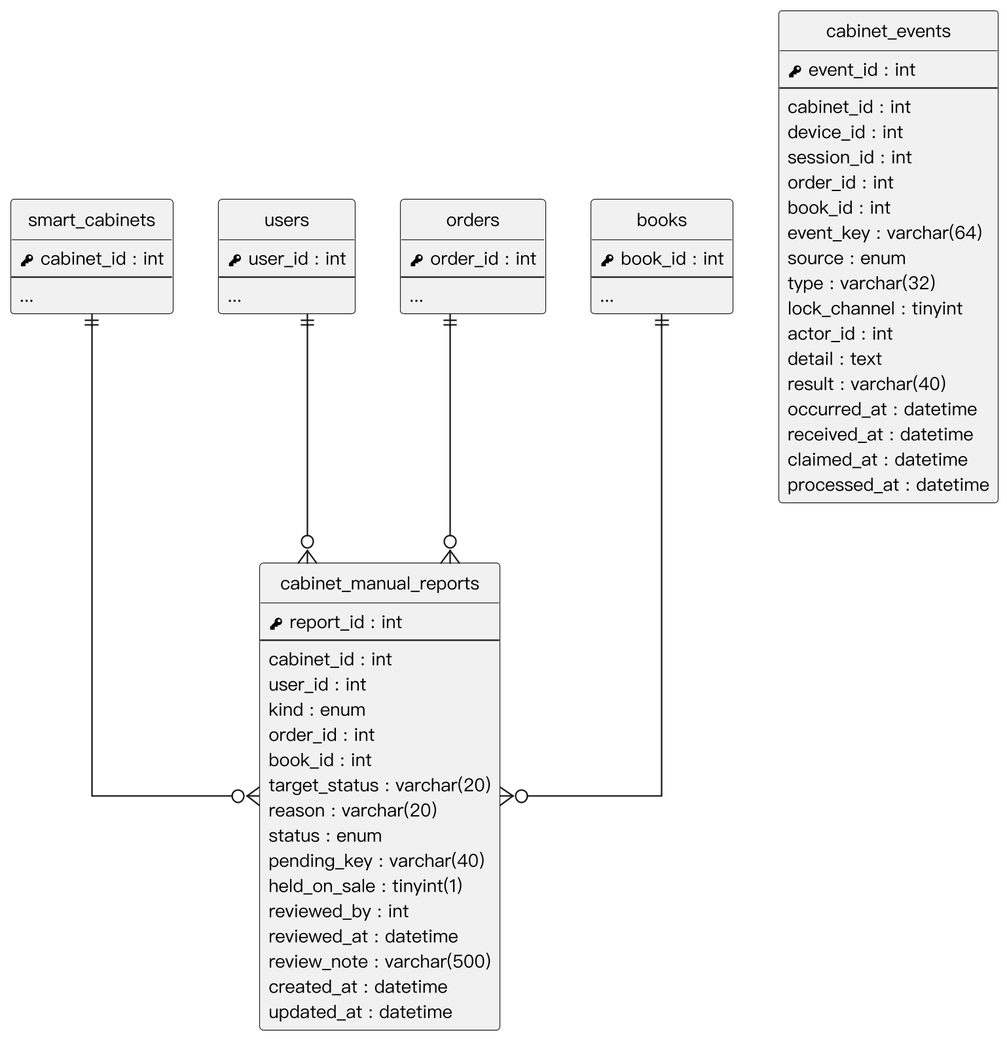
The PlantUML diagram Diagrams/Relational Tables/v3/er_cabinet_reports.png in SaveMyBook/SaveMyBook, before a commit. Its diagram source:
```plantuml
@startuml
skinparam monochrome true
skinparam shadowing false
skinparam dpi 220
skinparam defaultFontName "PingFang TC"
skinparam defaultFontSize 12
skinparam linetype ortho
skinparam nodesep 30
skinparam ranksep 40
hide circle
hide empty methods

entity "smart_cabinets" as smart_cabinets {
  {field} <&key> cabinet_id : int
  --
  ...
}
entity "users" as users {
  {field} <&key> user_id : int
  --
  ...
}
entity "orders" as orders {
  {field} <&key> order_id : int
  --
  ...
}
entity "books" as books {
  {field} <&key> book_id : int
  --
  ...
}
entity "cabinet_manual_reports" as cabinet_manual_reports {
  {field} <&key> report_id : int
  --
  {field} cabinet_id : int
  {field} user_id : int
  {field} kind : enum
  {field} order_id : int
  {field} book_id : int
  {field} target_status : varchar(20)
  {field} reason : varchar(20)
  {field} status : enum
  {field} pending_key : varchar(40)
  {field} held_on_sale : tinyint(1)
  {field} reviewed_by : int
  {field} reviewed_at : datetime
  {field} review_note : varchar(500)
  {field} created_at : datetime
  {field} updated_at : datetime
}
entity "cabinet_events" as cabinet_events {
  {field} <&key> event_id : int
  --
  {field} cabinet_id : int
  {field} device_id : int
  {field} session_id : int
  {field} order_id : int
  {field} book_id : int
  {field} event_key : varchar(64)
  {field} source : enum
  {field} type : varchar(32)
  {field} lock_channel : tinyint
  {field} actor_id : int
  {field} detail : text
  {field} result : varchar(40)
  {field} occurred_at : datetime
  {field} received_at : datetime
  {field} claimed_at : datetime
  {field} processed_at : datetime
}
smart_cabinets ||--o{ cabinet_manual_reports
users ||--o{ cabinet_manual_reports
orders ||--o{ cabinet_manual_reports
books ||--o{ cabinet_manual_reports
@enduml
```
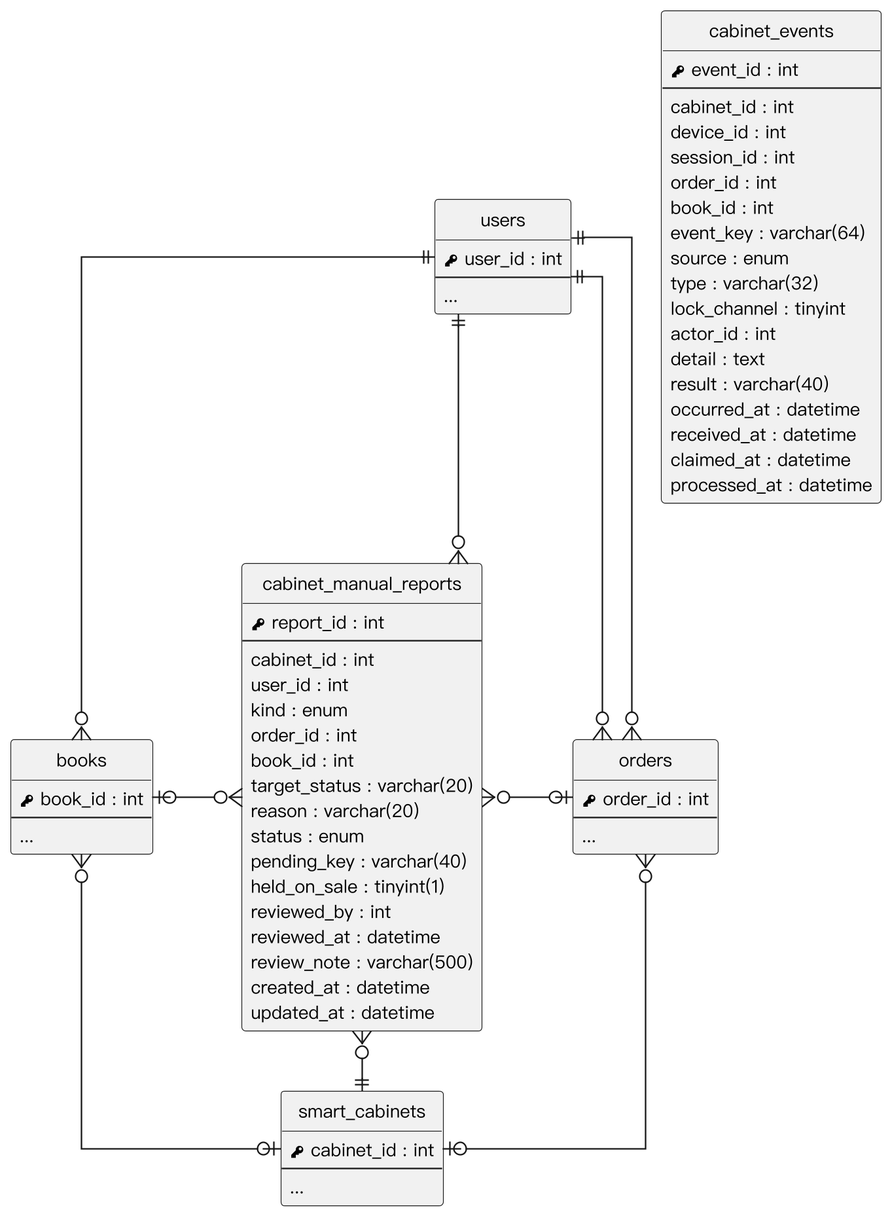
After the change.

Change to the diagram source:
```diff
@@ -5,23 +5,13 @@
 skinparam defaultFontName "PingFang TC"
 skinparam defaultFontSize 12
 skinparam linetype ortho
-skinparam nodesep 30
+skinparam nodesep 60
 skinparam ranksep 40
 hide circle
 hide empty methods
 
-entity "smart_cabinets" as smart_cabinets {
-  {field} <&key> cabinet_id : int
-  --
-  ...
-}
 entity "users" as users {
   {field} <&key> user_id : int
-  --
-  ...
-}
-entity "orders" as orders {
-  {field} <&key> order_id : int
   --
   ...
 }
@@ -49,6 +39,16 @@
   {field} created_at : datetime
   {field} updated_at : datetime
 }
+entity "orders" as orders {
+  {field} <&key> order_id : int
+  --
+  ...
+}
+entity "smart_cabinets" as smart_cabinets {
+  {field} <&key> cabinet_id : int
+  --
+  ...
+}
 entity "cabinet_events" as cabinet_events {
   {field} <&key> event_id : int
   --
@@ -69,8 +69,13 @@
   {field} claimed_at : datetime
   {field} processed_at : datetime
 }
-smart_cabinets ||--o{ cabinet_manual_reports
 users ||--o{ cabinet_manual_reports
-orders ||--o{ cabinet_manual_reports
-books ||--o{ cabinet_manual_reports
+users ||--o{ books
+users ||--o{ orders
+users ||--o{ orders
+books |o-o{ cabinet_manual_reports
+cabinet_manual_reports }o-o| orders
+books }o--o| smart_cabinets
+orders }o--o| smart_cabinets
+cabinet_manual_reports }o--|| smart_cabinets
 @enduml
```
